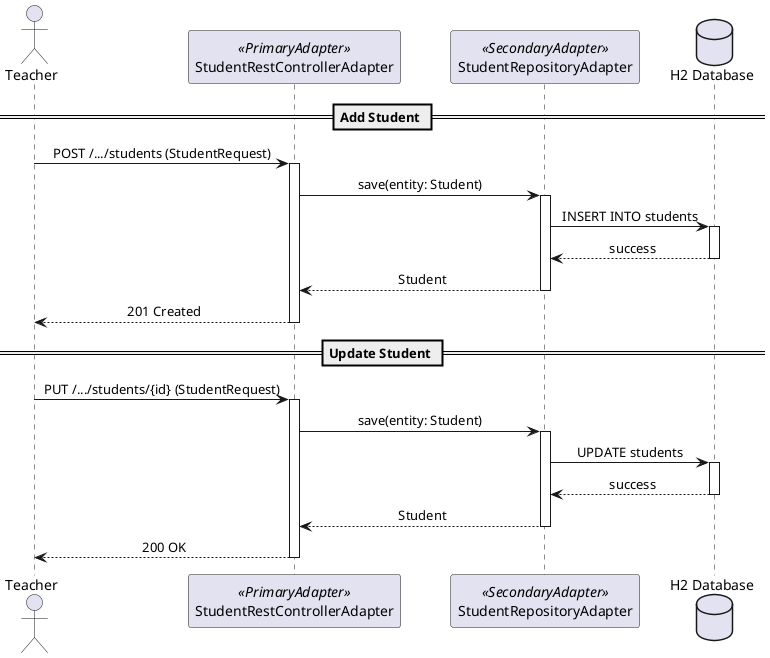
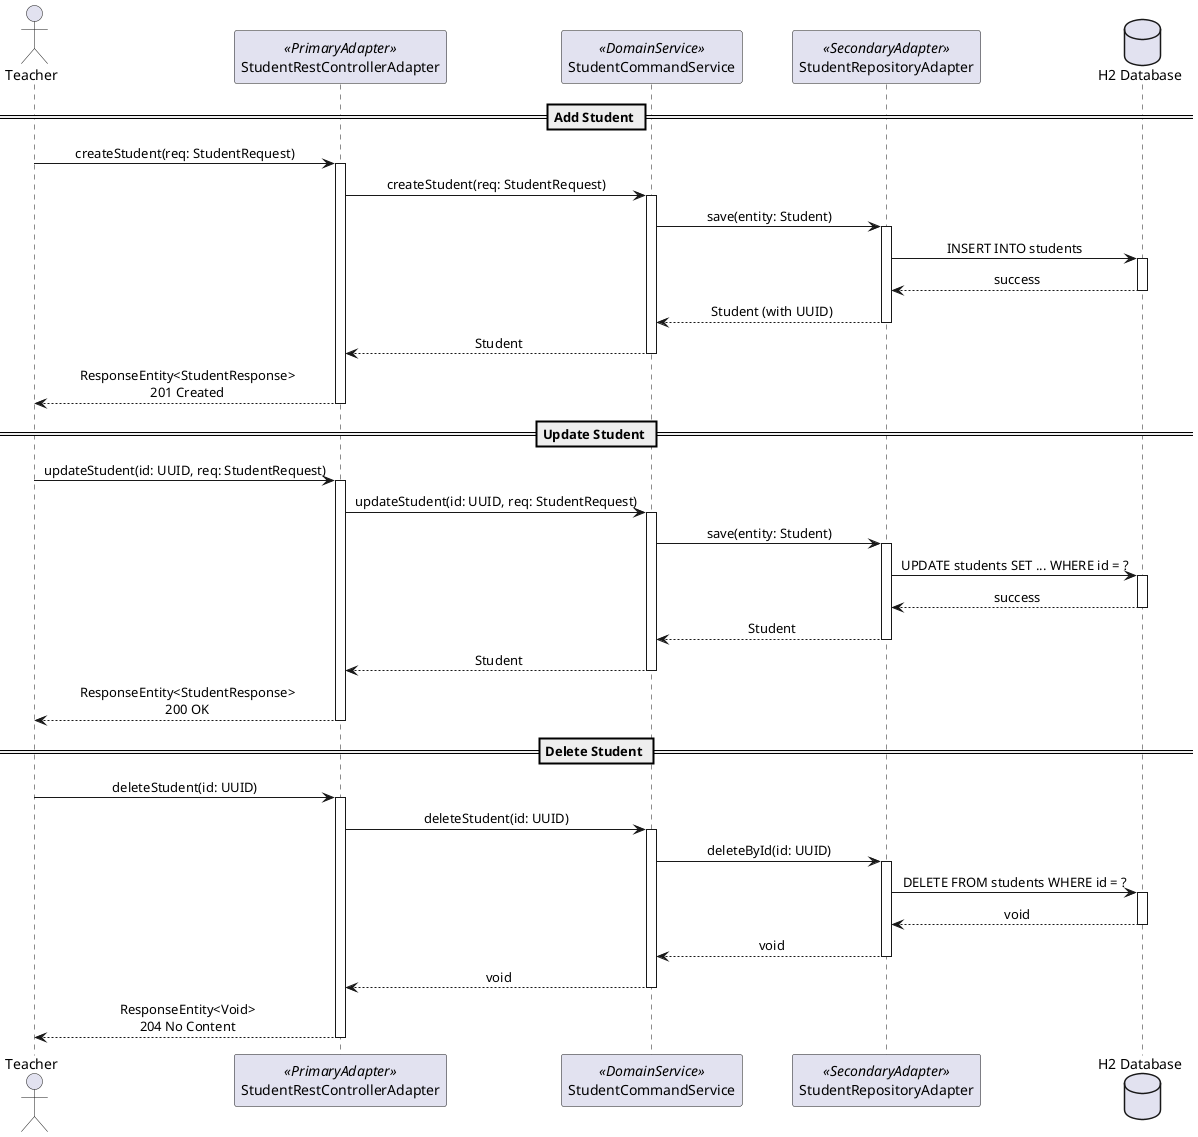
@startuml user-student-management
!pragma layout smetana
skinparam backgroundColor #FFFFFF
skinparam sequence {
    ParticipantPadding 20
    MessageAlign center
}

+ ' ── 對應契約: student_contract.puml ──────────────────────────────────────────
+ ' RestController → CommandService/QueryService → Repository
+ ' Primary Adapter 不得直接呼叫 Secondary Adapter (Hexagonal Integrity)
+ 
actor "Teacher" as U
participant "StudentRestControllerAdapter" as PA <<PrimaryAdapter>>
+ participant "StudentCommandService" as CS <<DomainService>>
participant "StudentRepositoryAdapter" as SA <<SecondaryAdapter>>
database "H2 Database" as DB

== Add Student ==
- U -> PA : POST /.../students (StudentRequest)
+ U -> PA : createStudent(req: StudentRequest)
activate PA
- PA -> SA : save(entity: Student)
+ 
+ PA -> CS : createStudent(req: StudentRequest)
+ activate CS
+ 
+ CS -> SA : save(entity: Student)
activate SA
SA -> DB : INSERT INTO students
activate DB
DB --> SA : success
deactivate DB
- SA --> PA : Student
+ SA --> CS : Student (with UUID)
deactivate SA
- PA --> U : 201 Created
+ 
+ CS --> PA : Student
+ deactivate CS
+ 
+ PA --> U : ResponseEntity<StudentResponse>\n201 Created
deactivate PA

== Update Student ==
- U -> PA : PUT /.../students/{id} (StudentRequest)
+ U -> PA : updateStudent(id: UUID, req: StudentRequest)
activate PA
- PA -> SA : save(entity: Student)
+ 
+ PA -> CS : updateStudent(id: UUID, req: StudentRequest)
+ activate CS
+ 
+ CS -> SA : save(entity: Student)
activate SA
- SA -> DB : UPDATE students
+ SA -> DB : UPDATE students SET ... WHERE id = ?
activate DB
DB --> SA : success
deactivate DB
- SA --> PA : Student
+ SA --> CS : Student
deactivate SA
- PA --> U : 200 OK
+ 
+ CS --> PA : Student
+ deactivate CS
+ 
+ PA --> U : ResponseEntity<StudentResponse>\n200 OK
+ deactivate PA
+ 
+ == Delete Student ==
+ U -> PA : deleteStudent(id: UUID)
+ activate PA
+ 
+ PA -> CS : deleteStudent(id: UUID)
+ activate CS
+ 
+ CS -> SA : deleteById(id: UUID)
+ activate SA
+ SA -> DB : DELETE FROM students WHERE id = ?
+ activate DB
+ DB --> SA : void
+ deactivate DB
+ SA --> CS : void
+ deactivate SA
+ 
+ CS --> PA : void
+ deactivate CS
+ 
+ PA --> U : ResponseEntity<Void>\n204 No Content
deactivate PA

@enduml
